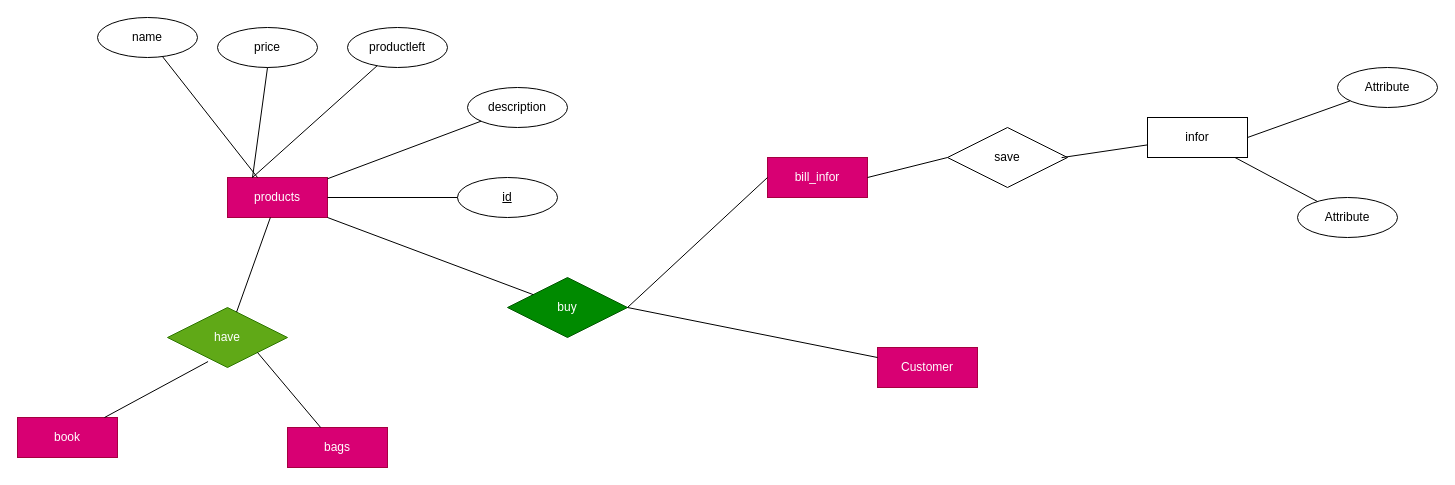
tiendat1631/erd_store keeps this draw.io diagram as erd5_bt1.drawio. Above is the earlier version. Source tidied: cells renumbered, new cells numbered last; positions are measured from the earlier drawing's top-left corner, leaving out a move shared by most shapes. Both pictures are drawn from the tidied source at 100%, with x=0, y=0 at pixel (17, 17).
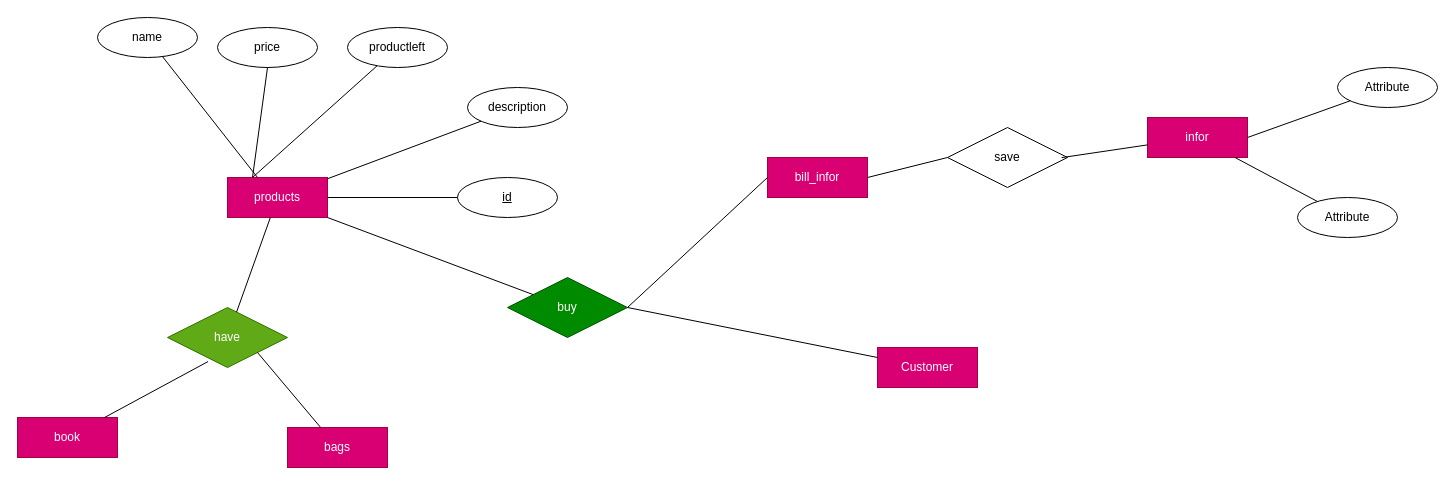
The same diagram, later.

Change to the diagram source:
```diff
@@
-    <mxCell id="27" value="infor" style="whiteSpace=wrap;html=1;align=center;" parent="1" vertex="1">
+    <mxCell id="27" value="infor" style="whiteSpace=wrap;html=1;align=center;fillColor=#d80073;fontColor=#ffffff;strokeColor=#A50040;" parent="1" vertex="1">
       <mxGeometry x="1130" y="100" width="100" height="40" as="geometry" />
     </mxCell>
```
